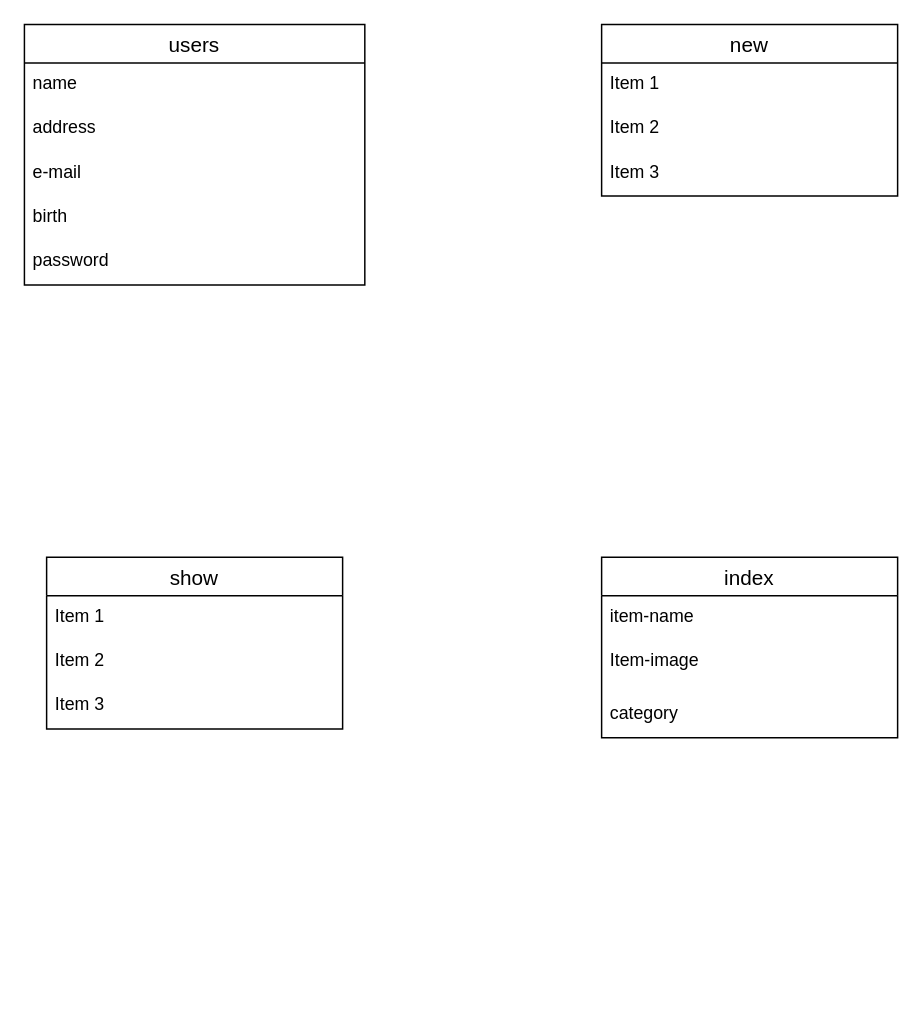
kosui3625/furima-40253 keeps this draw.io diagram as table.dio. Above is the earlier version. Source tidied: cells renumbered, new cells numbered last; positions are measured from the earlier drawing's top-left corner, leaving out a move shared by most shapes. Both pictures are drawn from the tidied source at 148%, with x=0, y=0 at pixel (24, 24).
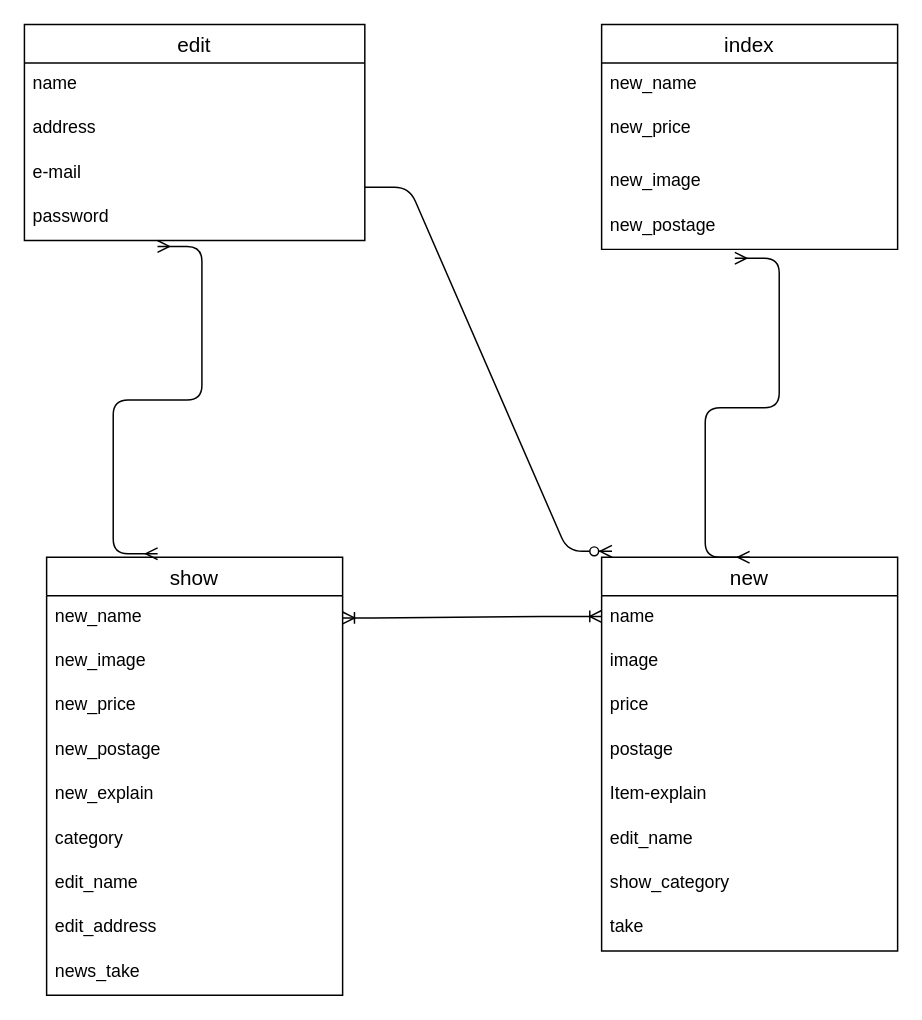
The same diagram, later.

What changed in the source:
```diff
@@
-    <mxCell id="2" value="users" style="swimlane;fontStyle=0;horizontal=1;startSize=26;align=center;fontSize=14;" parent="1" vertex="1">
-      <mxGeometry width="230" height="176" as="geometry" />
+    <mxCell id="2" value="edit" style="swimlane;fontStyle=0;horizontal=1;startSize=26;align=center;fontSize=14;" parent="1" vertex="1">
+      <mxGeometry width="230" height="146" as="geometry" />
     </mxCell>
@@
-    <mxCell id="6" value="birth" style="text;strokeColor=none;fillColor=none;spacingLeft=4;spacingRight=4;overflow=hidden;fontSize=12;" parent="2" vertex="1">
-      <mxGeometry y="116" width="230" height="30" as="geometry" />
-    </mxCell>
     <mxCell id="7" value="password" style="text;strokeColor=none;fillColor=none;spacingLeft=4;spacingRight=4;overflow=hidden;points=[[0,0.5],[1,0.5]];portConstraint=eastwest;fontSize=12;" parent="2" vertex="1">
-      <mxGeometry y="146" width="230" height="30" as="geometry" />
+      <mxGeometry y="116" width="230" height="30" as="geometry" />
     </mxCell>
     <mxCell id="8" value="new" style="swimlane;fontStyle=0;horizontal=1;startSize=26;align=center;fontSize=14;" parent="1" vertex="1">
-      <mxGeometry x="390" width="200" height="116" as="geometry" />
+      <mxGeometry x="390" y="360" width="200" height="266" as="geometry" />
     </mxCell>
-    <mxCell id="9" value="Item 1" style="text;strokeColor=none;fillColor=none;spacingLeft=4;spacingRight=4;overflow=hidden;points=[[0,0.5],[1,0.5]];portConstraint=eastwest;fontSize=12;" parent="8" vertex="1">
+    <mxCell id="9" value="name" style="text;strokeColor=none;fillColor=none;spacingLeft=4;spacingRight=4;overflow=hidden;points=[[0,0.5],[1,0.5]];portConstraint=eastwest;fontSize=12;" parent="8" vertex="1">
       <mxGeometry y="26" width="200" height="30" as="geometry" />
     </mxCell>
-    <mxCell id="10" value="Item 2" style="text;strokeColor=none;fillColor=none;spacingLeft=4;spacingRight=4;overflow=hidden;fontSize=12;" parent="8" vertex="1">
+    <mxCell id="10" value="image" style="text;strokeColor=none;fillColor=none;spacingLeft=4;spacingRight=4;overflow=hidden;fontSize=12;" parent="8" vertex="1">
       <mxGeometry y="56" width="200" height="30" as="geometry" />
     </mxCell>
-    <mxCell id="11" value="Item 3" style="text;strokeColor=none;fillColor=none;spacingLeft=4;spacingRight=4;overflow=hidden;fontSize=12;" parent="8" vertex="1">
+    <mxCell id="11" value="price" style="text;strokeColor=none;fillColor=none;spacingLeft=4;spacingRight=4;overflow=hidden;fontSize=12;" parent="8" vertex="1">
       <mxGeometry y="86" width="200" height="30" as="geometry" />
     </mxCell>
+    <mxCell id="20" value="postage" style="text;strokeColor=none;fillColor=none;spacingLeft=4;spacingRight=4;overflow=hidden;fontSize=12;" parent="8" vertex="1">
+      <mxGeometry y="116" width="200" height="30" as="geometry" />
+    </mxCell>
+    <mxCell id="21" value="Item-explain" style="text;strokeColor=none;fillColor=none;spacingLeft=4;spacingRight=4;overflow=hidden;fontSize=12;" parent="8" vertex="1">
+      <mxGeometry y="146" width="200" height="30" as="geometry" />
+    </mxCell>
+    <mxCell id="22" value="edit_name" style="text;strokeColor=none;fillColor=none;spacingLeft=4;spacingRight=4;overflow=hidden;fontSize=12;" parent="8" vertex="1">
+      <mxGeometry y="176" width="200" height="30" as="geometry" />
+    </mxCell>
+    <mxCell id="23" value="show_category" style="text;strokeColor=none;fillColor=none;spacingLeft=4;spacingRight=4;overflow=hidden;fontSize=12;" parent="8" vertex="1">
+      <mxGeometry y="206" width="200" height="30" as="geometry" />
+    </mxCell>
+    <mxCell id="24" value="take" style="text;strokeColor=none;fillColor=none;spacingLeft=4;spacingRight=4;overflow=hidden;fontSize=12;" parent="8" vertex="1">
+      <mxGeometry y="236" width="200" height="30" as="geometry" />
+    </mxCell>
     <mxCell id="12" value="show" style="swimlane;fontStyle=0;horizontal=1;startSize=26;align=center;fontSize=14;" parent="1" vertex="1">
-      <mxGeometry x="15" y="360" width="200" height="116" as="geometry" />
+      <mxGeometry x="15" y="360" width="200" height="296" as="geometry" />
     </mxCell>
+    <mxCell id="25" style="edgeStyle=none;html=1;exitX=1;exitY=0.5;exitDx=0;exitDy=0;" parent="12" edge="1" source="13" target="12">
+      <mxGeometry relative="1" as="geometry" />
+    </mxCell>
-    <mxCell id="13" value="Item 1" style="text;strokeColor=none;fillColor=none;spacingLeft=4;spacingRight=4;overflow=hidden;points=[[0,0.5],[1,0.5]];portConstraint=eastwest;fontSize=12;" parent="12" vertex="1">
+    <mxCell id="13" value="new_name   " style="text;strokeColor=none;fillColor=none;spacingLeft=4;spacingRight=4;overflow=hidden;points=[[0,0.5],[1,0.5]];portConstraint=eastwest;fontSize=12;" parent="12" vertex="1">
       <mxGeometry y="26" width="200" height="30" as="geometry" />
     </mxCell>
-    <mxCell id="14" value="Item 2" style="text;strokeColor=none;fillColor=none;spacingLeft=4;spacingRight=4;overflow=hidden;fontSize=12;" parent="12" vertex="1">
+    <mxCell id="14" value="new_image" style="text;strokeColor=none;fillColor=none;spacingLeft=4;spacingRight=4;overflow=hidden;fontSize=12;" parent="12" vertex="1">
       <mxGeometry y="56" width="200" height="30" as="geometry" />
     </mxCell>
-    <mxCell id="15" value="Item 3" style="text;strokeColor=none;fillColor=none;spacingLeft=4;spacingRight=4;overflow=hidden;fontSize=12;" parent="12" vertex="1">
+    <mxCell id="15" value="new_price" style="text;strokeColor=none;fillColor=none;spacingLeft=4;spacingRight=4;overflow=hidden;fontSize=12;" parent="12" vertex="1">
       <mxGeometry y="86" width="200" height="30" as="geometry" />
     </mxCell>
+    <mxCell id="26" value="new_postage" style="text;strokeColor=none;fillColor=none;spacingLeft=4;spacingRight=4;overflow=hidden;fontSize=12;" parent="12" vertex="1">
+      <mxGeometry y="116" width="200" height="30" as="geometry" />
+    </mxCell>
+    <mxCell id="27" value="new_explain" style="text;strokeColor=none;fillColor=none;spacingLeft=4;spacingRight=4;overflow=hidden;fontSize=12;" parent="12" vertex="1">
+      <mxGeometry y="146" width="200" height="30" as="geometry" />
+    </mxCell>
+    <mxCell id="19" value="category" style="text;strokeColor=none;fillColor=none;spacingLeft=4;spacingRight=4;overflow=hidden;fontSize=12;" parent="12" vertex="1">
+      <mxGeometry y="176" width="200" height="30" as="geometry" />
+    </mxCell>
+    <mxCell id="28" value="edit_name" style="text;strokeColor=none;fillColor=none;spacingLeft=4;spacingRight=4;overflow=hidden;fontSize=12;" parent="12" vertex="1">
+      <mxGeometry y="206" width="200" height="30" as="geometry" />
+    </mxCell>
+    <mxCell id="29" value="edit_address" style="text;strokeColor=none;fillColor=none;spacingLeft=4;spacingRight=4;overflow=hidden;fontSize=12;" parent="12" vertex="1">
+      <mxGeometry y="236" width="200" height="30" as="geometry" />
+    </mxCell>
+    <mxCell id="30" value="news_take" style="text;strokeColor=none;fillColor=none;spacingLeft=4;spacingRight=4;overflow=hidden;fontSize=12;" parent="12" vertex="1">
+      <mxGeometry y="266" width="200" height="30" as="geometry" />
+    </mxCell>
     <mxCell id="16" value="index" style="swimlane;fontStyle=0;horizontal=1;startSize=26;align=center;fontSize=14;" parent="1" vertex="1">
-      <mxGeometry x="390" y="360" width="200" height="122" as="geometry" />
+      <mxGeometry x="390" width="200" height="152" as="geometry" />
     </mxCell>
-    <mxCell id="17" value="item-name" style="text;strokeColor=none;fillColor=none;spacingLeft=4;spacingRight=4;overflow=hidden;fontSize=12;" parent="16" vertex="1">
+    <mxCell id="17" value="new_name" style="text;strokeColor=none;fillColor=none;spacingLeft=4;spacingRight=4;overflow=hidden;fontSize=12;" parent="16" vertex="1">
       <mxGeometry y="26" width="200" height="30" as="geometry" />
     </mxCell>
-    <mxCell id="18" value="Item-image" style="text;strokeColor=none;fillColor=none;spacingLeft=4;spacingRight=4;overflow=hidden;fontSize=12;" parent="16" vertex="1">
+    <mxCell id="18" value="new_price" style="text;strokeColor=none;fillColor=none;spacingLeft=4;spacingRight=4;overflow=hidden;fontSize=12;" parent="16" vertex="1">
       <mxGeometry y="56" width="200" height="36" as="geometry" />
     </mxCell>
-    <mxCell id="19" value="category" style="text;strokeColor=none;fillColor=none;spacingLeft=4;spacingRight=4;overflow=hidden;fontSize=12;" parent="16" vertex="1">
-      <mxGeometry y="92" width="200" height="30" as="geometry" />
-    </mxCell>
+    <mxCell id="31" value="new_image" style="text;strokeColor=none;fillColor=none;spacingLeft=4;spacingRight=4;overflow=hidden;fontSize=12;" parent="16" vertex="1">
+      <mxGeometry y="92" width="200" height="30" as="geometry" />
+    </mxCell>
+    <mxCell id="32" value="new_postage" style="text;strokeColor=none;fillColor=none;spacingLeft=4;spacingRight=4;overflow=hidden;points=[[0,0.5],[1,0.5]];portConstraint=eastwest;fontSize=12;" parent="16" vertex="1">
+      <mxGeometry y="122" width="200" height="30" as="geometry" />
+    </mxCell>
+    <mxCell id="33" style="edgeStyle=entityRelationEdgeStyle;fontSize=12;html=1;endArrow=ERoneToMany;startArrow=ERoneToMany;entryX=0;entryY=0.467;entryDx=0;entryDy=0;entryPerimeter=0;exitX=1;exitY=0.5;exitDx=0;exitDy=0;" parent="1" edge="1" source="13" target="9">
+      <mxGeometry relative="1" as="geometry" />
+    </mxCell>
+    <mxCell id="34" style="edgeStyle=entityRelationEdgeStyle;fontSize=12;html=1;endArrow=ERmany;startArrow=ERmany;entryX=0.391;entryY=1.133;entryDx=0;entryDy=0;entryPerimeter=0;exitX=0.375;exitY=-0.008;exitDx=0;exitDy=0;exitPerimeter=0;" parent="1" edge="1" source="12" target="7">
+      <mxGeometry relative="1" as="geometry" />
+    </mxCell>
+    <mxCell id="35" style="edgeStyle=entityRelationEdgeStyle;fontSize=12;html=1;endArrow=ERmany;startArrow=ERmany;entryX=0.5;entryY=0;entryDx=0;entryDy=0;exitX=0.45;exitY=1.2;exitDx=0;exitDy=0;exitPerimeter=0;" parent="1" edge="1" source="32" target="8">
+      <mxGeometry relative="1" as="geometry" />
+    </mxCell>
+    <mxCell id="36" style="edgeStyle=entityRelationEdgeStyle;fontSize=12;html=1;endArrow=ERzeroToMany;endFill=1;entryX=0.035;entryY=-0.015;entryDx=0;entryDy=0;entryPerimeter=0;" parent="1" edge="1" target="8">
+      <mxGeometry relative="1" as="geometry">
+        <mxPoint x="230" y="110" as="sourcePoint" />
+      </mxGeometry>
+    </mxCell>
```
